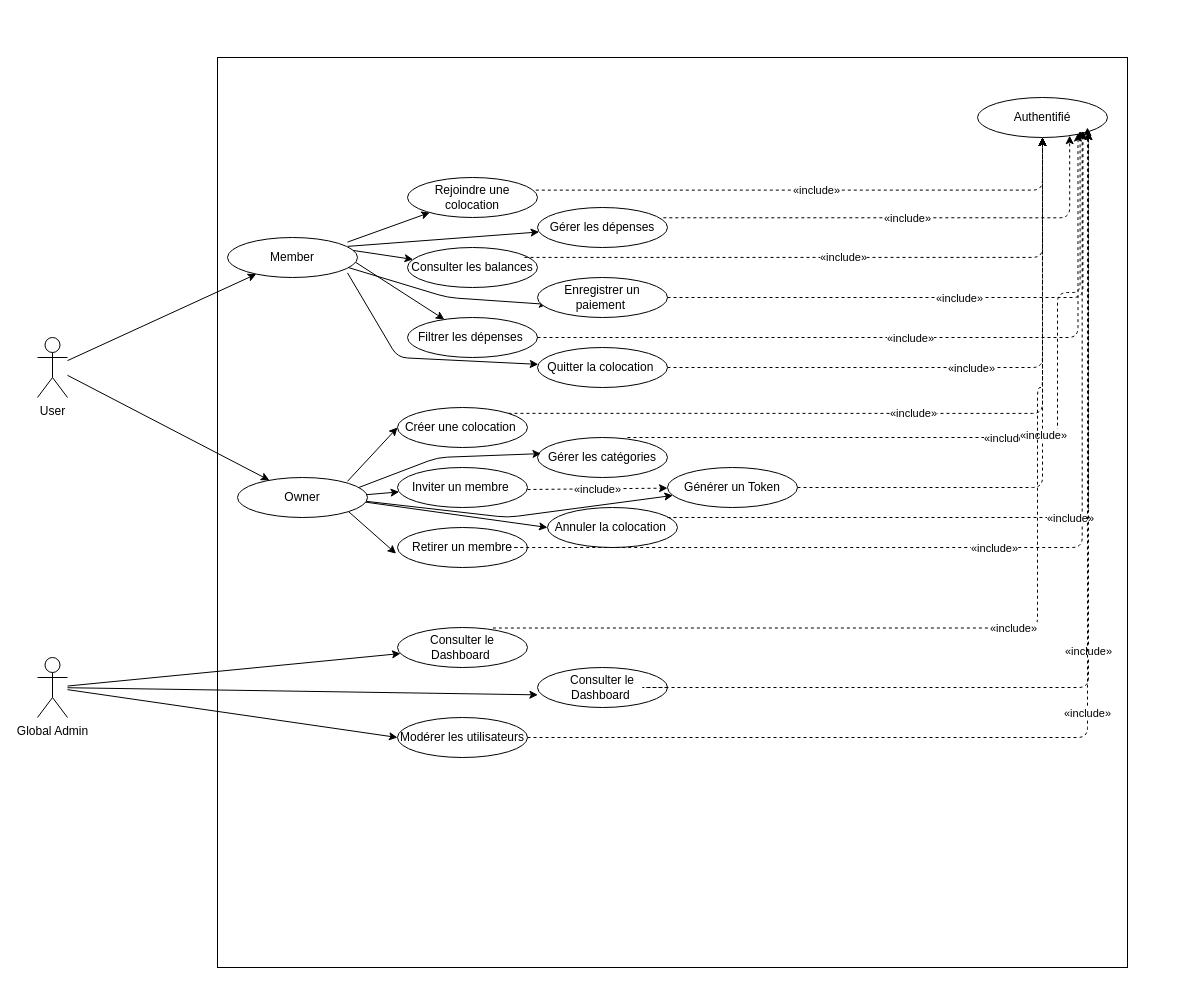
khalidelyounssi/EasyColoc keeps this draw.io diagram as useCase.drawio. Above is the earlier version. Source tidied: cells renumbered, new cells numbered last; positions are measured from the earlier drawing's top-left corner, leaving out a move shared by most shapes. Both pictures are drawn from the tidied source at 100%, with x=0, y=0 at pixel (37, 57).
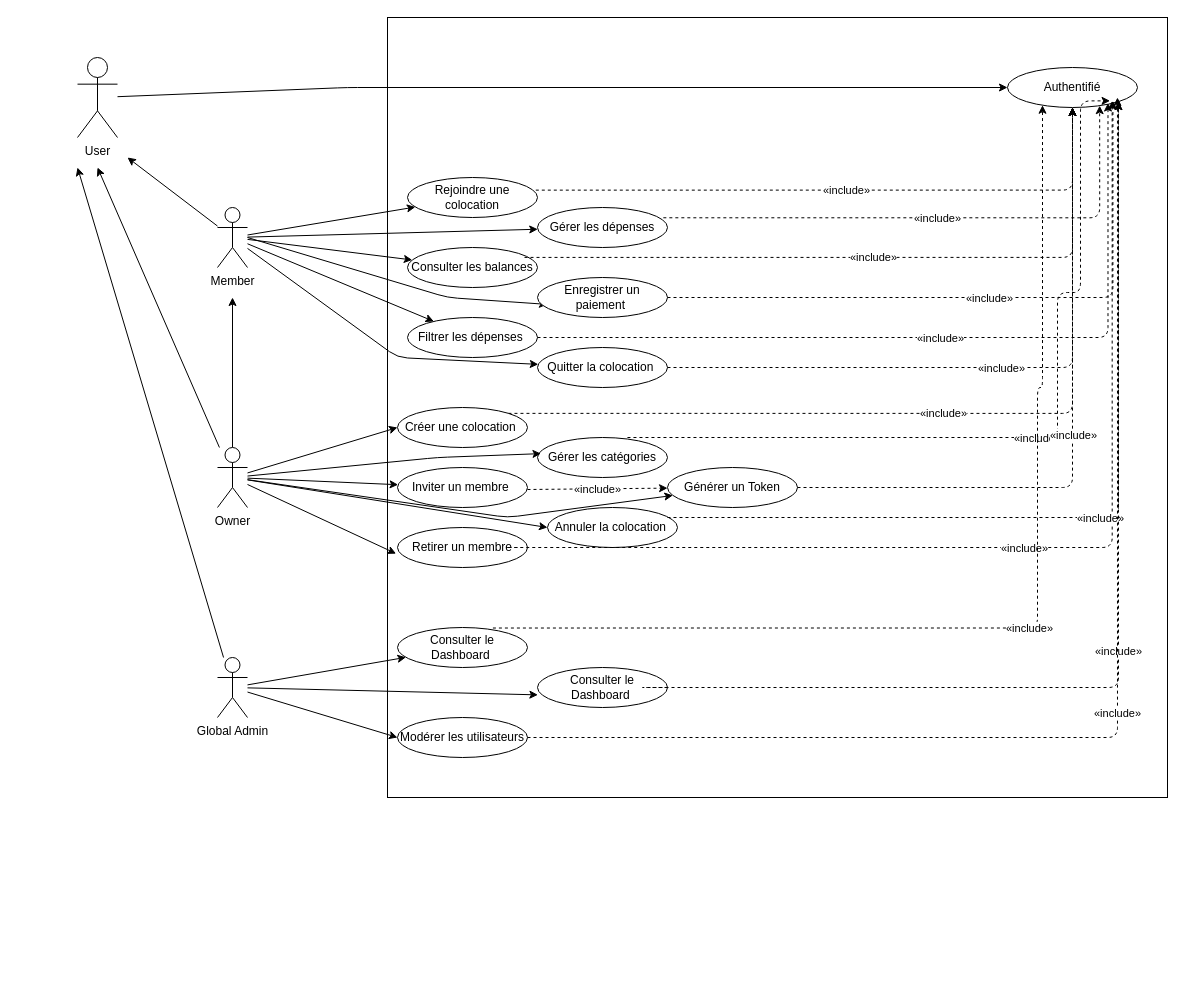
Above is the later version.

The change refers to these unchanged cells:
```xml
<mxCell id="17" value="Rejoindre une colocation" style="ellipse;whiteSpace=wrap;html=1;" parent="1" vertex="1">
  <mxGeometry x="370" y="120" width="130" height="40" as="geometry" />
</mxCell>
<mxCell id="18" value="Gérer les dépenses" style="ellipse;whiteSpace=wrap;html=1;" parent="1" vertex="1">
  <mxGeometry x="500" y="150" width="130" height="40" as="geometry" />
</mxCell>
<mxCell id="19" value="Consulter les balances" style="ellipse;whiteSpace=wrap;html=1;" parent="1" vertex="1">
  <mxGeometry x="370" y="190" width="130" height="40" as="geometry" />
</mxCell>
<mxCell id="21" value="Filtrer les dépenses&amp;nbsp;" style="ellipse;whiteSpace=wrap;html=1;" parent="1" vertex="1">
  <mxGeometry x="370" y="260" width="130" height="40" as="geometry" />
</mxCell>
<mxCell id="22" value="Quitter la colocation&amp;nbsp;" style="ellipse;whiteSpace=wrap;html=1;" parent="1" vertex="1">
  <mxGeometry x="500" y="290" width="130" height="40" as="geometry" />
</mxCell>
<mxCell id="23" value="Créer une colocation&amp;nbsp;" style="ellipse;whiteSpace=wrap;html=1;" parent="1" vertex="1">
  <mxGeometry x="360" y="350" width="130" height="40" as="geometry" />
</mxCell>
<mxCell id="24" value="Inviter un membre&amp;nbsp;" style="ellipse;whiteSpace=wrap;html=1;" parent="1" vertex="1">
  <mxGeometry x="360" y="410" width="130" height="40" as="geometry" />
</mxCell>
<mxCell id="25" value="Retirer un membre" style="ellipse;whiteSpace=wrap;html=1;" parent="1" vertex="1">
  <mxGeometry x="360" y="470" width="130" height="40" as="geometry" />
</mxCell>
<mxCell id="26" value="Gérer les catégories" style="ellipse;whiteSpace=wrap;html=1;" parent="1" vertex="1">
  <mxGeometry x="500" y="380" width="130" height="40" as="geometry" />
</mxCell>
<mxCell id="27" value="Annuler la colocation&amp;nbsp;" style="ellipse;whiteSpace=wrap;html=1;" parent="1" vertex="1">
  <mxGeometry x="510" y="450" width="130" height="40" as="geometry" />
</mxCell>
<mxCell id="33" value="Générer un Token" style="ellipse;whiteSpace=wrap;html=1;" parent="1" vertex="1">
  <mxGeometry x="630" y="410" width="130" height="40" as="geometry" />
</mxCell>
```

Change to the diagram source:
```diff
@@
     <mxCell id="2" style="whiteSpace=wrap;html=1;" parent="1" vertex="1">
-      <mxGeometry x="180" width="910" height="910" as="geometry" />
+      <mxGeometry x="350" y="-40" width="780" height="780" as="geometry" />
     </mxCell>
-    <mxCell id="3" style="edgeStyle=none;html=1;" parent="1" edge="1" target="17">
-      <mxGeometry relative="1" as="geometry">
-        <mxPoint x="310" y="184.6" as="sourcePoint" />
-      </mxGeometry>
+    <mxCell id="3" style="edgeStyle=none;html=1;" parent="1" edge="1" source="65" target="17">
+      <mxGeometry relative="1" as="geometry" />
     </mxCell>
-    <mxCell id="4" style="edgeStyle=none;html=1;" parent="1" edge="1" target="18">
-      <mxGeometry relative="1" as="geometry">
-        <mxPoint x="310" y="188.9" as="sourcePoint" />
-      </mxGeometry>
+    <mxCell id="4" style="edgeStyle=none;html=1;" parent="1" edge="1" source="65" target="18">
+      <mxGeometry relative="1" as="geometry" />
     </mxCell>
-    <mxCell id="5" style="edgeStyle=none;html=1;" parent="1" edge="1" target="19">
-      <mxGeometry relative="1" as="geometry">
-        <mxPoint x="310" y="192.1" as="sourcePoint" />
-      </mxGeometry>
+    <mxCell id="5" style="edgeStyle=none;html=1;" parent="1" edge="1" source="65" target="19">
+      <mxGeometry relative="1" as="geometry" />
     </mxCell>
     <mxCell id="6" style="edgeStyle=none;html=1;" parent="1" edge="1">
       <mxGeometry relative="1" as="geometry">
-        <mxPoint x="310.7" y="210" as="sourcePoint" />
+        <mxPoint x="210" y="180" as="sourcePoint" />
         <mxPoint x="510" y="246.9" as="targetPoint" />
         <Array as="points">
           <mxPoint x="410" y="240" />
         </Array>
       </mxGeometry>
     </mxCell>
-    <mxCell id="7" style="edgeStyle=none;html=1;" parent="1" edge="1" target="21">
-      <mxGeometry relative="1" as="geometry">
-        <mxPoint x="310" y="199.6" as="sourcePoint" />
-      </mxGeometry>
+    <mxCell id="7" style="edgeStyle=none;html=1;" parent="1" edge="1" source="65" target="21">
+      <mxGeometry relative="1" as="geometry" />
     </mxCell>
-    <mxCell id="8" style="edgeStyle=none;html=1;" parent="1" edge="1" target="22">
+    <mxCell id="8" style="edgeStyle=none;html=1;" parent="1" edge="1" source="65" target="22">
       <mxGeometry relative="1" as="geometry">
-        <mxPoint x="310" y="215.4" as="sourcePoint" />
         <Array as="points">
           <mxPoint x="360" y="300" />
         </Array>
       </mxGeometry>
     </mxCell>
+    <mxCell id="70" style="edgeStyle=none;html=1;" parent="1" edge="1" source="65">
+      <mxGeometry relative="1" as="geometry">
+        <mxPoint x="90" y="100" as="targetPoint" />
+      </mxGeometry>
+    </mxCell>
+    <mxCell id="65" value="Member" style="shape=umlActor;verticalLabelPosition=bottom;verticalAlign=top;html=1;outlineConnect=0;" parent="1" vertex="1">
+      <mxGeometry x="180" y="150" width="30" height="60" as="geometry" />
+    </mxCell>
-    <mxCell id="9" style="edgeStyle=none;html=1;entryX=0;entryY=0.5;entryDx=0;entryDy=0;" parent="1" edge="1" target="23">
-      <mxGeometry relative="1" as="geometry">
-        <mxPoint x="310" y="423.8" as="sourcePoint" />
-      </mxGeometry>
+    <mxCell id="9" style="edgeStyle=none;html=1;entryX=0;entryY=0.5;entryDx=0;entryDy=0;" parent="1" edge="1" source="66" target="23">
+      <mxGeometry relative="1" as="geometry" />
     </mxCell>
-    <mxCell id="10" style="edgeStyle=none;html=1;" parent="1" edge="1" target="24">
-      <mxGeometry relative="1" as="geometry">
-        <mxPoint x="310" y="438.8" as="sourcePoint" />
-      </mxGeometry>
+    <mxCell id="10" style="edgeStyle=none;html=1;" parent="1" edge="1" source="66" target="24">
+      <mxGeometry relative="1" as="geometry" />
     </mxCell>
-    <mxCell id="11" style="edgeStyle=none;html=1;" parent="1" edge="1" target="33">
+    <mxCell id="11" style="edgeStyle=none;html=1;" parent="1" edge="1" source="66" target="33">
       <mxGeometry relative="1" as="geometry">
-        <mxPoint x="310" y="441.7" as="sourcePoint" />
         <Array as="points">
           <mxPoint x="470" y="460" />
         </Array>
       </mxGeometry>
     </mxCell>
-    <mxCell id="12" style="edgeStyle=none;html=1;entryX=0;entryY=0.5;entryDx=0;entryDy=0;" parent="1" edge="1" target="27">
-      <mxGeometry relative="1" as="geometry">
-        <mxPoint x="310" y="442.1" as="sourcePoint" />
-      </mxGeometry>
+    <mxCell id="12" style="edgeStyle=none;html=1;entryX=0;entryY=0.5;entryDx=0;entryDy=0;" parent="1" edge="1" source="66" target="27">
+      <mxGeometry relative="1" as="geometry" />
     </mxCell>
+    <mxCell id="71" style="edgeStyle=none;html=1;" parent="1" edge="1" source="66">
+      <mxGeometry relative="1" as="geometry">
+        <mxPoint x="195" y="240" as="targetPoint" />
+      </mxGeometry>
+    </mxCell>
+    <mxCell id="72" style="edgeStyle=none;html=1;" parent="1" edge="1" source="66">
+      <mxGeometry relative="1" as="geometry">
+        <mxPoint x="60" y="110" as="targetPoint" />
+      </mxGeometry>
+    </mxCell>
+    <mxCell id="66" value="Owner" style="shape=umlActor;verticalLabelPosition=bottom;verticalAlign=top;html=1;outlineConnect=0;" parent="1" vertex="1">
+      <mxGeometry x="180" y="390" width="30" height="60" as="geometry" />
+    </mxCell>
@@
+    <mxCell id="73" style="edgeStyle=none;html=1;" parent="1" edge="1" source="15">
+      <mxGeometry relative="1" as="geometry">
+        <mxPoint x="40" y="110" as="targetPoint" />
+      </mxGeometry>
+    </mxCell>
     <mxCell id="15" value="Global Admin" style="shape=umlActor;verticalLabelPosition=bottom;verticalAlign=top;html=1;outlineConnect=0;" parent="1" vertex="1">
-      <mxGeometry y="600" width="30" height="60" as="geometry" />
+      <mxGeometry x="180" y="600" width="30" height="60" as="geometry" />
     </mxCell>
     <mxCell id="16" value="Authentifié" style="ellipse;whiteSpace=wrap;html=1;" parent="1" vertex="1">
-      <mxGeometry x="940" y="40" width="130" height="40" as="geometry" />
+      <mxGeometry x="970" y="10" width="130" height="40" as="geometry" />
     </mxCell>
@@
-    <mxCell id="62" style="edgeStyle=none;html=1;entryX=0.027;entryY=0.403;entryDx=0;entryDy=0;entryPerimeter=0;" parent="1" edge="1" target="26">
+    <mxCell id="62" style="edgeStyle=none;html=1;entryX=0.027;entryY=0.403;entryDx=0;entryDy=0;entryPerimeter=0;" parent="1" edge="1" source="66" target="26">
       <mxGeometry relative="1" as="geometry">
-        <mxPoint x="310" y="434.3" as="sourcePoint" />
         <Array as="points">
           <mxPoint x="400" y="400" />
         </Array>
       </mxGeometry>
     </mxCell>
-    <mxCell id="63" style="edgeStyle=none;html=1;entryX=-0.011;entryY=0.653;entryDx=0;entryDy=0;entryPerimeter=0;" parent="1" edge="1" target="25">
-      <mxGeometry relative="1" as="geometry">
-        <mxPoint x="310" y="453.2" as="sourcePoint" />
-      </mxGeometry>
+    <mxCell id="63" style="edgeStyle=none;html=1;entryX=-0.011;entryY=0.653;entryDx=0;entryDy=0;entryPerimeter=0;" parent="1" edge="1" source="66" target="25">
+      <mxGeometry relative="1" as="geometry" />
     </mxCell>
@@
-    <mxCell id="65" value="&lt;span style=&quot;color: rgb(0, 0, 0); text-wrap-mode: nowrap;&quot;&gt;Member&lt;/span&gt;" style="ellipse;whiteSpace=wrap;html=1;" parent="1" vertex="1">
-      <mxGeometry x="190" y="180" width="130" height="40" as="geometry" />
-    </mxCell>
-    <mxCell id="66" value="&lt;span style=&quot;color: rgb(0, 0, 0); text-wrap-mode: nowrap;&quot;&gt;Owner&lt;/span&gt;" style="ellipse;whiteSpace=wrap;html=1;" parent="1" vertex="1">
-      <mxGeometry x="200" y="420" width="130" height="40" as="geometry" />
-    </mxCell>
-    <mxCell id="67" style="edgeStyle=none;html=1;" parent="1" edge="1" source="69" target="65">
-      <mxGeometry relative="1" as="geometry" />
-    </mxCell>
-    <mxCell id="68" style="edgeStyle=none;html=1;" parent="1" edge="1" source="69" target="66">
-      <mxGeometry relative="1" as="geometry" />
-    </mxCell>
+    <mxCell id="74" style="edgeStyle=none;html=1;" parent="1" edge="1" source="69" target="16">
+      <mxGeometry relative="1" as="geometry">
+        <Array as="points">
+          <mxPoint x="310" y="30" />
+        </Array>
+      </mxGeometry>
+    </mxCell>
     <mxCell id="69" value="User" style="shape=umlActor;verticalLabelPosition=bottom;verticalAlign=top;html=1;outlineConnect=0;" parent="1" vertex="1">
-      <mxGeometry y="280" width="30" height="60" as="geometry" />
+      <mxGeometry x="40" width="40" height="80" as="geometry" />
     </mxCell>
```
